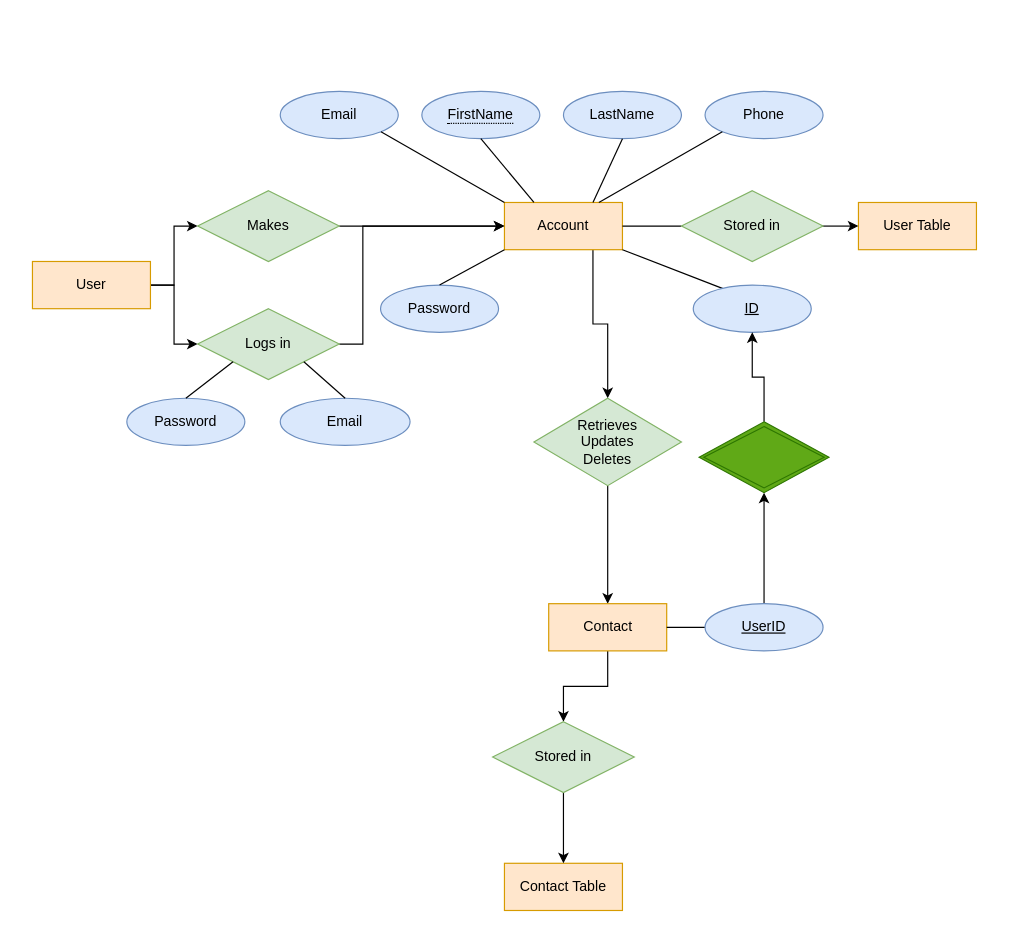
The draw.io diagram Untitled Diagram.drawio in cop340212/group12, before the edit. Source tidied: cells renumbered, new cells numbered last; positions are measured from the earlier drawing's top-left corner, leaving out a move shared by most shapes. Both pictures are drawn from the tidied source at 118%, with x=0, y=0 at pixel (32, 91).
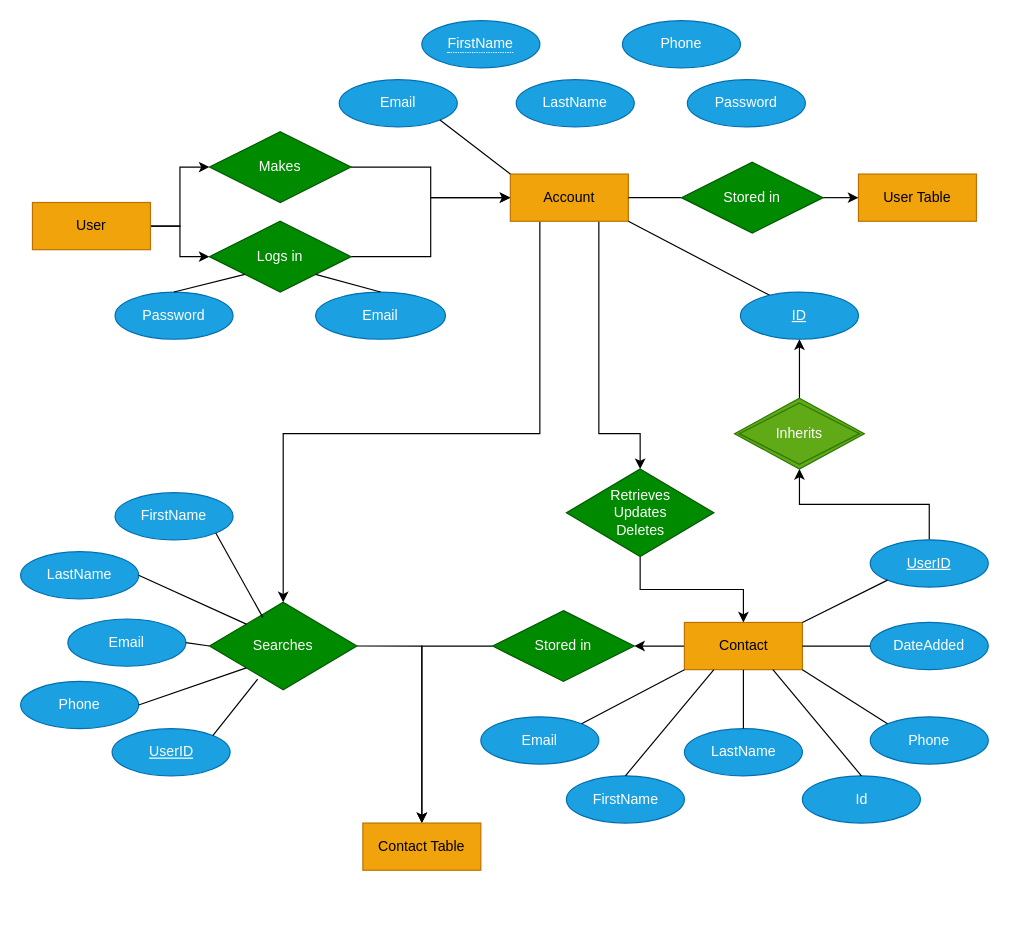
The same page after the edit.

Diff of the diagram source:
```diff
@@
-    <mxCell id="5" value="User" style="whiteSpace=wrap;html=1;align=center;fillColor=#ffe6cc;strokeColor=#d79b00;" parent="1" vertex="1">
-      <mxGeometry y="144.1" width="100" height="40" as="geometry" />
+    <mxCell id="5" value="User" style="whiteSpace=wrap;html=1;align=center;fillColor=#f0a30a;strokeColor=#BD7000;fontColor=#000000;" parent="1" vertex="1">
+      <mxGeometry y="94.1" width="100" height="40" as="geometry" />
     </mxCell>
     <mxCell id="6" style="edgeStyle=orthogonalEdgeStyle;rounded=0;jettySize=auto;html=1;exitX=1;exitY=0.5;exitDx=0;exitDy=0;entryX=0;entryY=0.5;entryDx=0;entryDy=0;" parent="1" edge="1" source="7" target="10">
-      <mxGeometry relative="1" as="geometry">
-        <Array as="points">
-          <mxPoint x="280" y="214" />
-          <mxPoint x="280" y="114" />
-        </Array>
-      </mxGeometry>
+      <mxGeometry relative="1" as="geometry" />
     </mxCell>
-    <mxCell id="7" value="Logs in" style="shape=rhombus;perimeter=rhombusPerimeter;whiteSpace=wrap;html=1;align=center;fillColor=#d5e8d4;strokeColor=#82b366;" parent="1" vertex="1">
-      <mxGeometry x="140" y="184.1" width="120" height="60" as="geometry" />
+    <mxCell id="7" value="Logs in" style="shape=rhombus;perimeter=rhombusPerimeter;whiteSpace=wrap;html=1;align=center;fillColor=#008a00;strokeColor=#005700;fontColor=#ffffff;" parent="1" vertex="1">
+      <mxGeometry x="150" y="110" width="120" height="60" as="geometry" />
     </mxCell>
-    <mxCell id="8" style="edgeStyle=none;rounded=0;jettySize=auto;html=1;exitX=1;exitY=0.5;exitDx=0;exitDy=0;entryX=0;entryY=0.5;entryDx=0;entryDy=0;startArrow=none;" parent="1" edge="1" source="44">
-      <mxGeometry relative="1" as="geometry">
-        <mxPoint x="650" y="114.1" as="targetPoint" />
-      </mxGeometry>
-    </mxCell>
+    <mxCell id="45" style="edgeStyle=orthogonalEdgeStyle;rounded=0;jettySize=auto;html=1;exitX=0.25;exitY=1;exitDx=0;exitDy=0;entryX=0.5;entryY=0;entryDx=0;entryDy=0;" parent="1" edge="1" source="10" target="47">
+      <mxGeometry relative="1" as="geometry">
+        <Array as="points">
+          <mxPoint x="430" y="290" />
+          <mxPoint x="213" y="290" />
+        </Array>
+      </mxGeometry>
+    </mxCell>
-    <mxCell id="9" style="edgeStyle=orthogonalEdgeStyle;rounded=0;jettySize=auto;html=1;entryX=0.5;entryY=0;entryDx=0;entryDy=0;exitX=0.75;exitY=1;exitDx=0;exitDy=0;" parent="1" edge="1" source="10" target="28">
-      <mxGeometry relative="1" as="geometry" />
+    <mxCell id="9" style="edgeStyle=orthogonalEdgeStyle;rounded=0;jettySize=auto;html=1;exitX=0.75;exitY=1;exitDx=0;exitDy=0;entryX=0.5;entryY=0;entryDx=0;entryDy=0;" parent="1" edge="1" source="10" target="28">
+      <mxGeometry relative="1" as="geometry">
+        <Array as="points">
+          <mxPoint x="480" y="290" />
+          <mxPoint x="515" y="290" />
+        </Array>
+      </mxGeometry>
     </mxCell>
-    <mxCell id="10" value="Account" style="whiteSpace=wrap;html=1;align=center;fillColor=#ffe6cc;strokeColor=#d79b00;" parent="1" vertex="1">
-      <mxGeometry x="400" y="94.1" width="100" height="40" as="geometry" />
+    <mxCell id="10" value="Account" style="whiteSpace=wrap;html=1;align=center;fillColor=#f0a30a;strokeColor=#BD7000;fontColor=#000000;" parent="1" vertex="1">
+      <mxGeometry x="405" y="70" width="100" height="40" as="geometry" />
     </mxCell>
-    <mxCell id="11" style="edgeStyle=none;rounded=0;jettySize=auto;html=1;exitX=1;exitY=0.5;exitDx=0;exitDy=0;entryX=0;entryY=0.5;entryDx=0;entryDy=0;" parent="1" edge="1" source="12" target="10">
+    <mxCell id="11" style="edgeStyle=orthogonalEdgeStyle;rounded=0;jettySize=auto;html=1;exitX=1;exitY=0.5;exitDx=0;exitDy=0;entryX=0;entryY=0.5;entryDx=0;entryDy=0;" parent="1" edge="1" source="12" target="10">
       <mxGeometry relative="1" as="geometry" />
     </mxCell>
-    <mxCell id="12" value="Makes" style="shape=rhombus;perimeter=rhombusPerimeter;whiteSpace=wrap;html=1;align=center;fillColor=#d5e8d4;strokeColor=#82b366;" parent="1" vertex="1">
-      <mxGeometry x="140" y="84.1" width="120" height="60" as="geometry" />
+    <mxCell id="12" value="Makes" style="shape=rhombus;perimeter=rhombusPerimeter;whiteSpace=wrap;html=1;align=center;fillColor=#008a00;strokeColor=#005700;fontColor=#ffffff;" parent="1" vertex="1">
+      <mxGeometry x="150" y="34.1" width="120" height="60" as="geometry" />
     </mxCell>
-    <mxCell id="13" value="User Table" style="whiteSpace=wrap;html=1;align=center;fillColor=#ffe6cc;strokeColor=#d79b00;" parent="1" vertex="1">
-      <mxGeometry x="700" y="94.1" width="100" height="40" as="geometry" />
+    <mxCell id="13" value="User Table" style="whiteSpace=wrap;html=1;align=center;fillColor=#f0a30a;strokeColor=#BD7000;fontColor=#000000;" parent="1" vertex="1">
+      <mxGeometry x="700" y="70" width="100" height="40" as="geometry" />
     </mxCell>
-    <mxCell id="14" value="&lt;span style=&quot;border-bottom: 1px dotted&quot;&gt;FirstName&lt;/span&gt;" style="ellipse;whiteSpace=wrap;html=1;align=center;fillColor=#dae8fc;strokeColor=#6c8ebf;" parent="1" vertex="1">
-      <mxGeometry x="330" width="100" height="40" as="geometry" />
+    <mxCell id="14" value="&lt;span style=&quot;border-bottom: 1px dotted&quot;&gt;FirstName&lt;/span&gt;" style="ellipse;whiteSpace=wrap;html=1;align=center;fillColor=#1ba1e2;strokeColor=#006EAF;fontColor=#ffffff;" parent="1" vertex="1">
+      <mxGeometry x="330" y="-60" width="100" height="40" as="geometry" />
     </mxCell>
-    <mxCell id="15" value="LastName" style="ellipse;whiteSpace=wrap;html=1;align=center;fillColor=#dae8fc;strokeColor=#6c8ebf;" parent="1" vertex="1">
-      <mxGeometry x="450" width="100" height="40" as="geometry" />
+    <mxCell id="15" value="LastName" style="ellipse;whiteSpace=wrap;html=1;align=center;fillColor=#1ba1e2;strokeColor=#006EAF;fontColor=#ffffff;" parent="1" vertex="1">
+      <mxGeometry x="410" y="-10" width="100" height="40" as="geometry" />
     </mxCell>
-    <mxCell id="16" value="Email" style="ellipse;whiteSpace=wrap;html=1;align=center;fillColor=#dae8fc;strokeColor=#6c8ebf;" parent="1" vertex="1">
-      <mxGeometry x="210" width="100" height="40" as="geometry" />
+    <mxCell id="16" value="Email" style="ellipse;whiteSpace=wrap;html=1;align=center;fillColor=#1ba1e2;strokeColor=#006EAF;fontColor=#ffffff;" parent="1" vertex="1">
+      <mxGeometry x="260" y="-10" width="100" height="40" as="geometry" />
     </mxCell>
-    <mxCell id="17" value="Password" style="ellipse;whiteSpace=wrap;html=1;align=center;fillColor=#dae8fc;strokeColor=#6c8ebf;" parent="1" vertex="1">
-      <mxGeometry x="295" y="164.1" width="100" height="40" as="geometry" />
+    <mxCell id="17" value="Password" style="ellipse;whiteSpace=wrap;html=1;align=center;fillColor=#1ba1e2;strokeColor=#006EAF;fontColor=#ffffff;" parent="1" vertex="1">
+      <mxGeometry x="555" y="-10" width="100" height="40" as="geometry" />
     </mxCell>
-    <mxCell id="18" value="Phone" style="ellipse;whiteSpace=wrap;html=1;align=center;fillColor=#dae8fc;strokeColor=#6c8ebf;" parent="1" vertex="1">
-      <mxGeometry x="570" width="100" height="40" as="geometry" />
+    <mxCell id="18" value="Phone" style="ellipse;whiteSpace=wrap;html=1;align=center;fillColor=#1ba1e2;strokeColor=#006EAF;fontColor=#ffffff;" parent="1" vertex="1">
+      <mxGeometry x="500" y="-60" width="100" height="40" as="geometry" />
     </mxCell>
-    <mxCell id="19" value="Email" style="ellipse;whiteSpace=wrap;html=1;align=center;fillColor=#dae8fc;strokeColor=#6c8ebf;" parent="1" vertex="1">
-      <mxGeometry x="210" y="260" width="110" height="40" as="geometry" />
+    <mxCell id="19" value="Email" style="ellipse;whiteSpace=wrap;html=1;align=center;fillColor=#1ba1e2;strokeColor=#006EAF;fontColor=#ffffff;" parent="1" vertex="1">
+      <mxGeometry x="240" y="170" width="110" height="40" as="geometry" />
     </mxCell>
-    <mxCell id="20" value="Password" style="ellipse;whiteSpace=wrap;html=1;align=center;fillColor=#dae8fc;strokeColor=#6c8ebf;" parent="1" vertex="1">
-      <mxGeometry x="80" y="260" width="100" height="40" as="geometry" />
+    <mxCell id="20" value="Password" style="ellipse;whiteSpace=wrap;html=1;align=center;fillColor=#1ba1e2;strokeColor=#006EAF;fontColor=#ffffff;" parent="1" vertex="1">
+      <mxGeometry x="70" y="170" width="100" height="40" as="geometry" />
     </mxCell>
-    <mxCell id="21" style="endArrow=none;html=1;rounded=0;entryX=0;entryY=1;entryDx=0;entryDy=0;exitX=0.5;exitY=0;exitDx=0;exitDy=0;" parent="1" edge="1" source="17" target="10">
-      <mxGeometry relative="1" as="geometry" />
-    </mxCell>
@@
-    <mxCell id="23" style="endArrow=none;html=1;rounded=0;exitX=0.25;exitY=0;exitDx=0;exitDy=0;" parent="1" edge="1" source="10">
-      <mxGeometry relative="1" as="geometry">
-        <mxPoint x="380" y="40" as="targetPoint" />
-      </mxGeometry>
-    </mxCell>
-    <mxCell id="24" style="endArrow=none;html=1;rounded=0;entryX=0.5;entryY=1;entryDx=0;entryDy=0;exitX=0.75;exitY=0;exitDx=0;exitDy=0;" parent="1" edge="1" source="10" target="15">
-      <mxGeometry relative="1" as="geometry" />
-    </mxCell>
-    <mxCell id="25" style="endArrow=none;html=1;rounded=0;entryX=0;entryY=1;entryDx=0;entryDy=0;" parent="1" edge="1" target="18">
-      <mxGeometry relative="1" as="geometry">
-        <mxPoint x="480" y="94.1" as="sourcePoint" />
-      </mxGeometry>
-    </mxCell>
@@
-    <mxCell id="28" value="Retrieves&lt;br&gt;Updates&lt;br&gt;Deletes" style="shape=rhombus;perimeter=rhombusPerimeter;whiteSpace=wrap;html=1;align=center;fillColor=#d5e8d4;strokeColor=#82b366;" parent="1" vertex="1">
-      <mxGeometry x="425" y="260" width="125" height="74.1" as="geometry" />
+    <mxCell id="28" value="Retrieves&lt;br&gt;Updates&lt;br&gt;Deletes" style="shape=rhombus;perimeter=rhombusPerimeter;whiteSpace=wrap;html=1;align=center;fillColor=#008a00;strokeColor=#005700;fontColor=#ffffff;" parent="1" vertex="1">
+      <mxGeometry x="452.5" y="320" width="125" height="74.1" as="geometry" />
     </mxCell>
-    <mxCell id="29" value="Contact Table" style="whiteSpace=wrap;html=1;align=center;fillColor=#ffe6cc;strokeColor=#d79b00;" parent="1" vertex="1">
-      <mxGeometry x="400" y="654.1" width="100" height="40" as="geometry" />
-    </mxCell>
-    <mxCell id="30" style="edgeStyle=orthogonalEdgeStyle;rounded=0;jettySize=auto;html=1;exitX=0.5;exitY=1;exitDx=0;exitDy=0;entryX=0.5;entryY=0;entryDx=0;entryDy=0;" parent="1" edge="1" source="31" target="33">
+    <mxCell id="30" style="edgeStyle=orthogonalEdgeStyle;rounded=0;jettySize=auto;html=1;exitX=0;exitY=0.5;exitDx=0;exitDy=0;" parent="1" edge="1" source="31" target="33">
       <mxGeometry relative="1" as="geometry" />
     </mxCell>
-    <mxCell id="31" value="Contact" style="whiteSpace=wrap;html=1;align=center;fillColor=#ffe6cc;strokeColor=#d79b00;" parent="1" vertex="1">
-      <mxGeometry x="437.5" y="434.1" width="100" height="40" as="geometry" />
+    <mxCell id="31" value="Contact" style="whiteSpace=wrap;html=1;align=center;fillColor=#f0a30a;strokeColor=#BD7000;fontColor=#000000;" parent="1" vertex="1">
+      <mxGeometry x="552.5" y="450" width="100" height="40" as="geometry" />
     </mxCell>
-    <mxCell id="32" style="edgeStyle=orthogonalEdgeStyle;rounded=0;jettySize=auto;html=1;exitX=0.5;exitY=1;exitDx=0;exitDy=0;" parent="1" edge="1" source="33" target="29">
+    <mxCell id="32" style="edgeStyle=orthogonalEdgeStyle;rounded=0;jettySize=auto;html=1;exitX=0;exitY=0.5;exitDx=0;exitDy=0;entryX=0.5;entryY=0;entryDx=0;entryDy=0;" parent="1" edge="1" source="33" target="29">
       <mxGeometry relative="1" as="geometry" />
     </mxCell>
-    <mxCell id="33" value="Stored in" style="shape=rhombus;perimeter=rhombusPerimeter;whiteSpace=wrap;html=1;align=center;fillColor=#d5e8d4;strokeColor=#82b366;" parent="1" vertex="1">
-      <mxGeometry x="390" y="534.1" width="120" height="60" as="geometry" />
+    <mxCell id="33" value="Stored in" style="shape=rhombus;perimeter=rhombusPerimeter;whiteSpace=wrap;html=1;align=center;fillColor=#008a00;strokeColor=#005700;fontColor=#ffffff;" parent="1" vertex="1">
+      <mxGeometry x="390" y="440" width="120" height="60" as="geometry" />
     </mxCell>
-    <mxCell id="34" value="ID" style="ellipse;whiteSpace=wrap;html=1;align=center;fontStyle=4;fillColor=#dae8fc;strokeColor=#6c8ebf;" parent="1" vertex="1">
-      <mxGeometry x="560" y="164.1" width="100" height="40" as="geometry" />
+    <mxCell id="34" value="ID" style="ellipse;whiteSpace=wrap;html=1;align=center;fontStyle=4;fillColor=#1ba1e2;strokeColor=#006EAF;fontColor=#ffffff;" parent="1" vertex="1">
+      <mxGeometry x="600" y="170" width="100" height="40" as="geometry" />
     </mxCell>
@@
-    <mxCell id="37" style="edgeStyle=orthogonalEdgeStyle;rounded=0;jettySize=auto;html=1;exitX=0.5;exitY=0;exitDx=0;exitDy=0;" parent="1" edge="1" source="38" target="34">
+    <mxCell id="37" style="edgeStyle=orthogonalEdgeStyle;rounded=0;jettySize=auto;html=1;exitX=0.5;exitY=0;exitDx=0;exitDy=0;entryX=0.5;entryY=1;entryDx=0;entryDy=0;" parent="1" edge="1" source="38" target="34">
       <mxGeometry relative="1" as="geometry" />
     </mxCell>
-    <mxCell id="38" style="shape=rhombus;double=1;perimeter=rhombusPerimeter;whiteSpace=wrap;html=1;align=center;fillColor=#60a917;strokeColor=#2D7600;fontColor=#ffffff;" parent="1" vertex="1">
-      <mxGeometry x="565" y="280" width="110" height="60" as="geometry" />
+    <mxCell id="38" value="Inherits" style="shape=rhombus;double=1;perimeter=rhombusPerimeter;whiteSpace=wrap;html=1;align=center;fillColor=#60a917;strokeColor=#2D7600;fontColor=#ffffff;" parent="1" vertex="1">
+      <mxGeometry x="595" y="260" width="110" height="60" as="geometry" />
     </mxCell>
-    <mxCell id="39" style="edgeStyle=orthogonalEdgeStyle;rounded=0;jettySize=auto;html=1;exitX=0.5;exitY=0;exitDx=0;exitDy=0;" parent="1" edge="1" source="41" target="38">
+    <mxCell id="39" style="edgeStyle=orthogonalEdgeStyle;rounded=0;jettySize=auto;html=1;exitX=0.5;exitY=0;exitDx=0;exitDy=0;entryX=0.5;entryY=1;entryDx=0;entryDy=0;" parent="1" edge="1" source="41" target="38">
       <mxGeometry relative="1" as="geometry" />
     </mxCell>
-    <mxCell id="40" style="endArrow=none;html=1;rounded=0;exitX=1;exitY=0.5;exitDx=0;exitDy=0;entryX=0;entryY=0.5;entryDx=0;entryDy=0;" parent="1" edge="1" source="31" target="41">
-      <mxGeometry relative="1" as="geometry" />
-    </mxCell>
-    <mxCell id="41" value="UserID" style="ellipse;whiteSpace=wrap;html=1;align=center;fontStyle=4;fillColor=#dae8fc;strokeColor=#6c8ebf;" parent="1" vertex="1">
-      <mxGeometry x="570" y="434.1" width="100" height="40" as="geometry" />
+    <mxCell id="41" value="UserID" style="ellipse;whiteSpace=wrap;html=1;align=center;fontStyle=4;fillColor=#1ba1e2;strokeColor=#006EAF;fontColor=#ffffff;" parent="1" vertex="1">
+      <mxGeometry x="710" y="380" width="100" height="40" as="geometry" />
     </mxCell>
@@
-    <mxCell id="44" value="Stored in" style="shape=rhombus;perimeter=rhombusPerimeter;whiteSpace=wrap;html=1;align=center;fillColor=#d5e8d4;strokeColor=#82b366;" parent="1" vertex="1">
-      <mxGeometry x="550" y="84.1" width="120" height="60" as="geometry" />
+    <mxCell id="44" value="Stored in" style="shape=rhombus;perimeter=rhombusPerimeter;whiteSpace=wrap;html=1;align=center;fillColor=#008a00;strokeColor=#005700;fontColor=#ffffff;" parent="1" vertex="1">
+      <mxGeometry x="550" y="60" width="120" height="60" as="geometry" />
     </mxCell>
+    <mxCell id="46" style="edgeStyle=orthogonalEdgeStyle;rounded=0;jettySize=auto;html=1;exitX=1;exitY=0.5;exitDx=0;exitDy=0;entryX=0.5;entryY=0;entryDx=0;entryDy=0;" parent="1" edge="1" source="47" target="29">
+      <mxGeometry relative="1" as="geometry" />
+    </mxCell>
+    <mxCell id="47" value="Searches" style="shape=rhombus;perimeter=rhombusPerimeter;whiteSpace=wrap;html=1;align=center;fillColor=#008a00;strokeColor=#005700;fontColor=#ffffff;" parent="1" vertex="1">
+      <mxGeometry x="150" y="432.9" width="125" height="74.1" as="geometry" />
+    </mxCell>
+    <mxCell id="48" value="FirstName" style="ellipse;whiteSpace=wrap;html=1;align=center;fillColor=#1ba1e2;fontColor=#ffffff;strokeColor=#006EAF;" parent="1" vertex="1">
+      <mxGeometry x="452.5" y="580" width="100" height="40" as="geometry" />
+    </mxCell>
+    <mxCell id="49" value="LastName" style="ellipse;whiteSpace=wrap;html=1;align=center;fillColor=#1ba1e2;fontColor=#ffffff;strokeColor=#006EAF;" parent="1" vertex="1">
+      <mxGeometry x="552.5" y="540" width="100" height="40" as="geometry" />
+    </mxCell>
+    <mxCell id="50" value="Email" style="ellipse;whiteSpace=wrap;html=1;align=center;fillColor=#1ba1e2;strokeColor=#006EAF;fontColor=#ffffff;" parent="1" vertex="1">
+      <mxGeometry x="380" y="530" width="100" height="40" as="geometry" />
+    </mxCell>
+    <mxCell id="51" value="Phone" style="ellipse;whiteSpace=wrap;html=1;align=center;fillColor=#1ba1e2;fontColor=#ffffff;strokeColor=#006EAF;" parent="1" vertex="1">
+      <mxGeometry x="710" y="530" width="100" height="40" as="geometry" />
+    </mxCell>
+    <mxCell id="52" value="DateAdded" style="ellipse;whiteSpace=wrap;html=1;align=center;fillColor=#1ba1e2;fontColor=#ffffff;strokeColor=#006EAF;" parent="1" vertex="1">
+      <mxGeometry x="710" y="450" width="100" height="40" as="geometry" />
+    </mxCell>
+    <mxCell id="53" value="Id&lt;br&gt;" style="ellipse;whiteSpace=wrap;html=1;align=center;fillColor=#1ba1e2;fontColor=#ffffff;strokeColor=#006EAF;" parent="1" vertex="1">
+      <mxGeometry x="652.5" y="580" width="100" height="40" as="geometry" />
+    </mxCell>
+    <mxCell id="54" style="endArrow=none;html=1;rounded=0;exitX=0.5;exitY=0;exitDx=0;exitDy=0;entryX=0.25;entryY=1;entryDx=0;entryDy=0;" parent="1" edge="1" source="48" target="31">
+      <mxGeometry relative="1" as="geometry" />
+    </mxCell>
+    <mxCell id="55" style="endArrow=none;html=1;rounded=0;entryX=0.5;entryY=0;entryDx=0;entryDy=0;exitX=0.5;exitY=1;exitDx=0;exitDy=0;" parent="1" edge="1" source="31" target="49">
+      <mxGeometry relative="1" as="geometry" />
+    </mxCell>
+    <mxCell id="56" style="endArrow=none;html=1;rounded=0;entryX=0.75;entryY=1;entryDx=0;entryDy=0;exitX=0.5;exitY=0;exitDx=0;exitDy=0;" parent="1" edge="1" source="53" target="31">
+      <mxGeometry relative="1" as="geometry" />
+    </mxCell>
+    <mxCell id="57" style="endArrow=none;html=1;rounded=0;entryX=1;entryY=1;entryDx=0;entryDy=0;exitX=0;exitY=0;exitDx=0;exitDy=0;" parent="1" edge="1" source="51" target="31">
+      <mxGeometry relative="1" as="geometry" />
+    </mxCell>
+    <mxCell id="58" style="endArrow=none;html=1;rounded=0;entryX=0;entryY=1;entryDx=0;entryDy=0;exitX=1;exitY=0;exitDx=0;exitDy=0;" parent="1" edge="1" source="50" target="31">
+      <mxGeometry relative="1" as="geometry" />
+    </mxCell>
+    <mxCell id="59" style="endArrow=none;html=1;rounded=0;exitX=1;exitY=0.5;exitDx=0;exitDy=0;entryX=0;entryY=0.5;entryDx=0;entryDy=0;" parent="1" edge="1" source="31" target="52">
+      <mxGeometry relative="1" as="geometry" />
+    </mxCell>
+    <mxCell id="40" style="endArrow=none;html=1;rounded=0;entryX=0;entryY=1;entryDx=0;entryDy=0;exitX=1;exitY=0;exitDx=0;exitDy=0;" parent="1" edge="1" source="31" target="41">
+      <mxGeometry relative="1" as="geometry" />
+    </mxCell>
+    <mxCell id="60" value="FirstName" style="ellipse;whiteSpace=wrap;html=1;align=center;fillColor=#1ba1e2;fontColor=#ffffff;strokeColor=#006EAF;" parent="1" vertex="1">
+      <mxGeometry x="70" y="340" width="100" height="40" as="geometry" />
+    </mxCell>
+    <mxCell id="61" value="UserID" style="ellipse;whiteSpace=wrap;html=1;align=center;fontStyle=4;fillColor=#1ba1e2;strokeColor=#006EAF;fontColor=#ffffff;" parent="1" vertex="1">
+      <mxGeometry x="67.5" y="540" width="100" height="40" as="geometry" />
+    </mxCell>
+    <mxCell id="62" value="LastName" style="ellipse;whiteSpace=wrap;html=1;align=center;fillColor=#1ba1e2;fontColor=#ffffff;strokeColor=#006EAF;" parent="1" vertex="1">
+      <mxGeometry x="-10" y="390" width="100" height="40" as="geometry" />
+    </mxCell>
+    <mxCell id="63" value="Email" style="ellipse;whiteSpace=wrap;html=1;align=center;fillColor=#1ba1e2;strokeColor=#006EAF;fontColor=#ffffff;" parent="1" vertex="1">
+      <mxGeometry x="30" y="447.1" width="100" height="40" as="geometry" />
+    </mxCell>
+    <mxCell id="64" value="Phone" style="ellipse;whiteSpace=wrap;html=1;align=center;fillColor=#1ba1e2;fontColor=#ffffff;strokeColor=#006EAF;" parent="1" vertex="1">
+      <mxGeometry x="-10" y="500" width="100" height="40" as="geometry" />
+    </mxCell>
+    <mxCell id="65" style="edgeStyle=orthogonalEdgeStyle;rounded=0;orthogonalLoop=1;jettySize=auto;html=1;exitX=0.5;exitY=1;exitDx=0;exitDy=0;" parent="1" edge="1" source="63" target="63">
+      <mxGeometry relative="1" as="geometry" />
+    </mxCell>
+    <mxCell id="66" style="endArrow=none;html=1;rounded=0;entryX=0;entryY=0;entryDx=0;entryDy=0;exitX=1;exitY=0.5;exitDx=0;exitDy=0;" parent="1" edge="1" source="62" target="47">
+      <mxGeometry relative="1" as="geometry" />
+    </mxCell>
+    <mxCell id="67" style="endArrow=none;html=1;rounded=0;entryX=1;entryY=1;entryDx=0;entryDy=0;exitX=0.362;exitY=0.173;exitDx=0;exitDy=0;exitPerimeter=0;" parent="1" edge="1" source="47" target="60">
+      <mxGeometry relative="1" as="geometry" />
+    </mxCell>
+    <mxCell id="68" style="endArrow=none;html=1;rounded=0;exitX=1;exitY=0.5;exitDx=0;exitDy=0;entryX=0;entryY=0.5;entryDx=0;entryDy=0;" parent="1" edge="1" source="63" target="47">
+      <mxGeometry relative="1" as="geometry" />
+    </mxCell>
+    <mxCell id="69" style="endArrow=none;html=1;rounded=0;exitX=1;exitY=0.5;exitDx=0;exitDy=0;entryX=0;entryY=1;entryDx=0;entryDy=0;" parent="1" edge="1" source="64" target="47">
+      <mxGeometry relative="1" as="geometry" />
+    </mxCell>
+    <mxCell id="70" style="endArrow=none;html=1;rounded=0;exitX=1;exitY=0;exitDx=0;exitDy=0;entryX=0.327;entryY=0.879;entryDx=0;entryDy=0;entryPerimeter=0;" parent="1" edge="1" source="61" target="47">
+      <mxGeometry relative="1" as="geometry" />
+    </mxCell>
+    <mxCell id="29" value="Contact Table" style="whiteSpace=wrap;html=1;align=center;fillColor=#f0a30a;strokeColor=#BD7000;fontColor=#000000;" parent="1" vertex="1">
+      <mxGeometry x="280" y="620" width="100" height="40" as="geometry" />
+    </mxCell>
```
